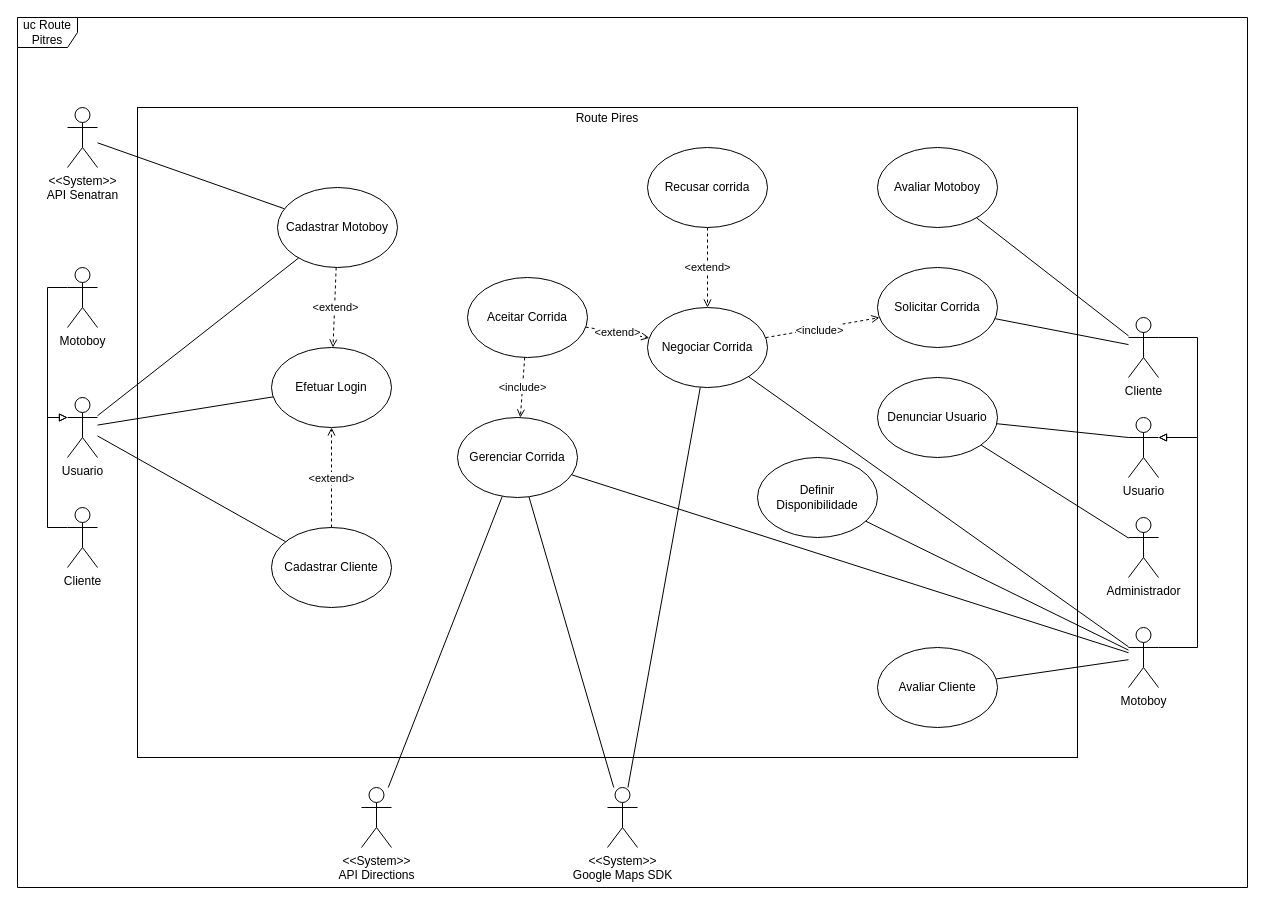
This is Diagrama_Caso_De_Uso_Route-Pires.drawio from josevictoraraujorojas/Route-Pires, a draw.io file, before an edit. Source tidied: cells renumbered, new cells numbered last; positions are measured from the earlier drawing's top-left corner, leaving out a move shared by most shapes. Both pictures are drawn from the tidied source at 100%, with x=0, y=0 at pixel (17, 17).
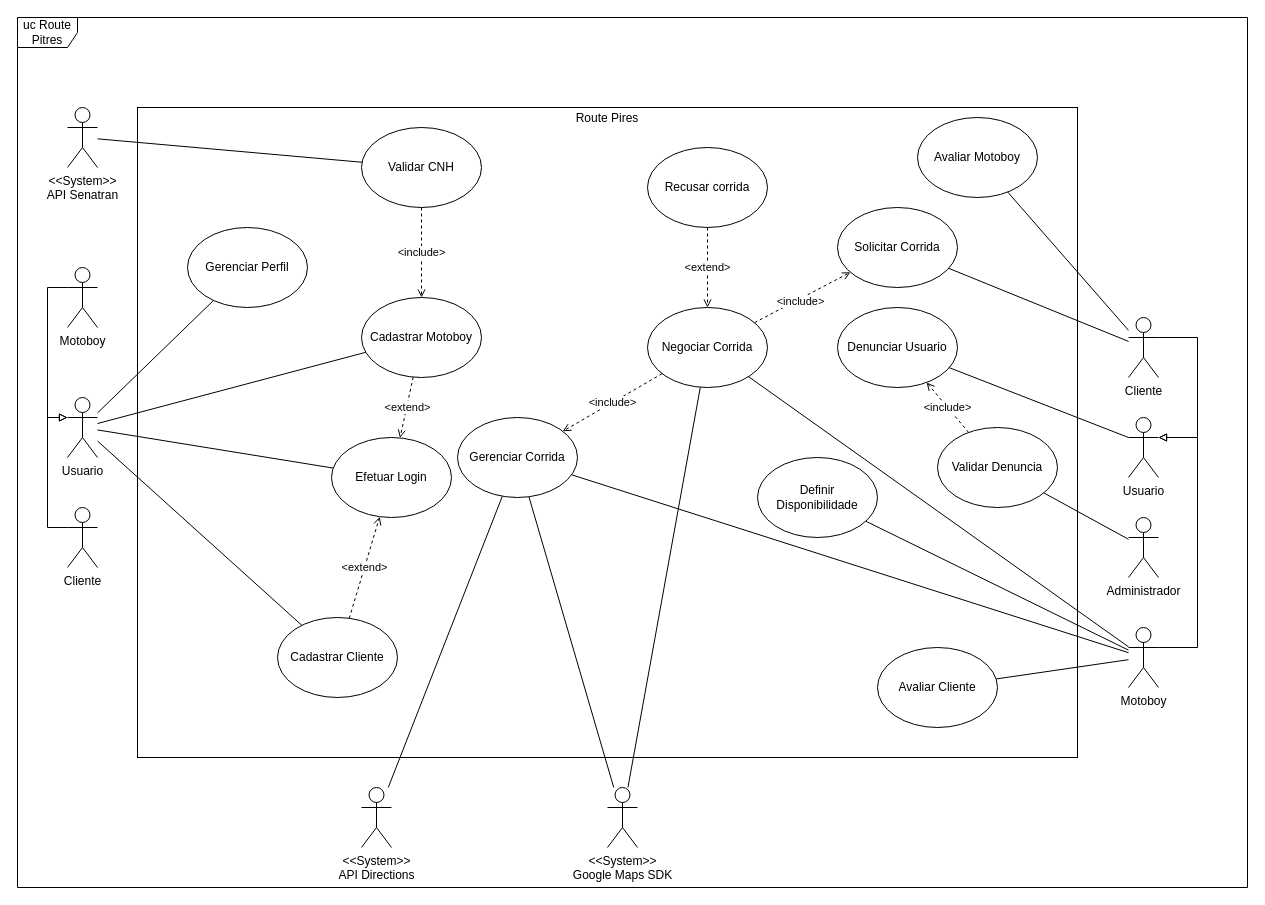
Above is the later version.

Unchanged cells that the change refers to:
```xml
<mxCell id="9" value="&amp;lt;&amp;lt;System&amp;gt;&amp;gt;&lt;div&gt;API Senatran&lt;/div&gt;" style="shape=umlActor;verticalLabelPosition=bottom;verticalAlign=top;html=1;" parent="1" vertex="1">
  <mxGeometry x="50" y="90" width="30" height="60" as="geometry" />
</mxCell>
<mxCell id="24" value="Negociar Corrida" style="ellipse;whiteSpace=wrap;html=1;" parent="1" vertex="1">
  <mxGeometry x="630" y="290" width="120" height="80" as="geometry" />
</mxCell>
<mxCell id="35" value="Gerenciar Corrida" style="ellipse;whiteSpace=wrap;html=1;" parent="1" vertex="1">
  <mxGeometry x="440" y="400" width="120" height="80" as="geometry" />
</mxCell>
<mxCell id="43" value="Administrador" style="shape=umlActor;verticalLabelPosition=bottom;verticalAlign=top;html=1;" parent="1" vertex="1">
  <mxGeometry x="1111" y="500" width="30" height="60" as="geometry" />
</mxCell>
<mxCell id="52" value="Usuario" style="shape=umlActor;verticalLabelPosition=bottom;verticalAlign=top;html=1;" parent="1" vertex="1">
  <mxGeometry x="50" y="380" width="30" height="60" as="geometry" />
</mxCell>
```

Change to the diagram source:
```diff
@@
-    <mxCell id="8" style="rounded=0;jettySize=auto;html=1;endArrow=none;startFill=0;" parent="1" edge="1" source="9" target="13">
+    <mxCell id="8" style="rounded=0;jettySize=auto;html=1;endArrow=none;startFill=0;" parent="1" edge="1" source="9" target="57">
       <mxGeometry relative="1" as="geometry" />
     </mxCell>
@@
-    <mxCell id="10" style="rounded=0;jettySize=auto;html=1;endArrow=none;startFill=0;" parent="1" edge="1" source="43" target="38">
-      <mxGeometry relative="1" as="geometry" />
-    </mxCell>
@@
     <mxCell id="13" value="Cadastrar Motoboy" style="ellipse;whiteSpace=wrap;html=1;" parent="1" vertex="1">
-      <mxGeometry x="260" y="170" width="120" height="80" as="geometry" />
+      <mxGeometry x="344" y="280" width="120" height="80" as="geometry" />
     </mxCell>
@@
     <mxCell id="16" value="Cadastrar Cliente" style="ellipse;whiteSpace=wrap;html=1;" parent="1" vertex="1">
-      <mxGeometry x="254" y="510" width="120" height="80" as="geometry" />
+      <mxGeometry x="260" y="600" width="120" height="80" as="geometry" />
     </mxCell>
     <mxCell id="17" value="Efetuar Login" style="ellipse;whiteSpace=wrap;html=1;" parent="1" vertex="1">
-      <mxGeometry x="254" y="330" width="120" height="80" as="geometry" />
+      <mxGeometry x="314" y="420" width="120" height="80" as="geometry" />
     </mxCell>
@@
     <mxCell id="21" value="Solicitar Corrida" style="ellipse;whiteSpace=wrap;html=1;" parent="1" vertex="1">
-      <mxGeometry x="860" y="250" width="120" height="80" as="geometry" />
+      <mxGeometry x="820" y="190" width="120" height="80" as="geometry" />
     </mxCell>
@@
-    <mxCell id="27" value="&amp;lt;extend&amp;gt;" style="rounded=0;jettySize=auto;html=1;dashed=1;endArrow=open;endFill=0;" parent="1" edge="1" source="29" target="24">
-      <mxGeometry relative="1" as="geometry" />
-    </mxCell>
-    <mxCell id="28" value="&amp;lt;include&amp;gt;" style="rounded=0;jettySize=auto;html=1;endArrow=open;endFill=0;dashed=1;" parent="1" edge="1" source="29" target="35">
+    <mxCell id="28" value="&amp;lt;include&amp;gt;" style="rounded=0;jettySize=auto;html=1;endArrow=open;endFill=0;dashed=1;" parent="1" edge="1" source="24" target="35">
       <mxGeometry relative="1" as="geometry" />
     </mxCell>
-    <mxCell id="29" value="Aceitar Corrida" style="ellipse;whiteSpace=wrap;html=1;" parent="1" vertex="1">
-      <mxGeometry x="450" y="260" width="120" height="80" as="geometry" />
-    </mxCell>
@@
     <mxCell id="36" value="Avaliar Motoboy" style="ellipse;whiteSpace=wrap;html=1;" parent="1" vertex="1">
-      <mxGeometry x="860" y="130" width="120" height="80" as="geometry" />
+      <mxGeometry x="900" y="100" width="120" height="80" as="geometry" />
     </mxCell>
@@
     <mxCell id="38" value="Denunciar Usuario" style="ellipse;whiteSpace=wrap;html=1;" parent="1" vertex="1">
-      <mxGeometry x="860" y="360" width="120" height="80" as="geometry" />
+      <mxGeometry x="820" y="290" width="120" height="80" as="geometry" />
     </mxCell>
@@
+    <mxCell id="54" style="rounded=0;jettySize=auto;html=1;endArrow=none;startFill=0;" parent="1" edge="1" source="43" target="59">
+      <mxGeometry relative="1" as="geometry" />
+    </mxCell>
@@
+    <mxCell id="55" style="rounded=0;jettySize=auto;html=1;endArrow=none;startFill=0;" parent="1" edge="1" source="52" target="60">
+      <mxGeometry relative="1" as="geometry" />
+    </mxCell>
@@
+    <mxCell id="56" value="&amp;lt;include&amp;gt;" style="rounded=0;jettySize=auto;html=1;dashed=1;endArrow=open;endFill=0;" parent="1" edge="1" source="57" target="13">
+      <mxGeometry relative="1" as="geometry" />
+    </mxCell>
+    <mxCell id="57" value="Validar CNH" style="ellipse;whiteSpace=wrap;html=1;" parent="1" vertex="1">
+      <mxGeometry x="344" y="110" width="120" height="80" as="geometry" />
+    </mxCell>
+    <mxCell id="58" value="&amp;lt;include&lt;span style=&quot;background-color: light-dark(#ffffff, var(--ge-dark-color, #121212)); color: light-dark(rgb(0, 0, 0), rgb(255, 255, 255));&quot;&gt;&amp;gt;&lt;/span&gt;" style="rounded=0;jettySize=auto;html=1;dashed=1;endArrow=open;endFill=0;" parent="1" edge="1" source="59" target="38">
+      <mxGeometry relative="1" as="geometry" />
+    </mxCell>
+    <mxCell id="59" value="Validar Denuncia" style="ellipse;whiteSpace=wrap;html=1;" parent="1" vertex="1">
+      <mxGeometry x="920" y="410" width="120" height="80" as="geometry" />
+    </mxCell>
+    <mxCell id="60" value="Gerenciar Perfil" style="ellipse;whiteSpace=wrap;html=1;" parent="1" vertex="1">
+      <mxGeometry x="170" y="210" width="120" height="80" as="geometry" />
+    </mxCell>
```
